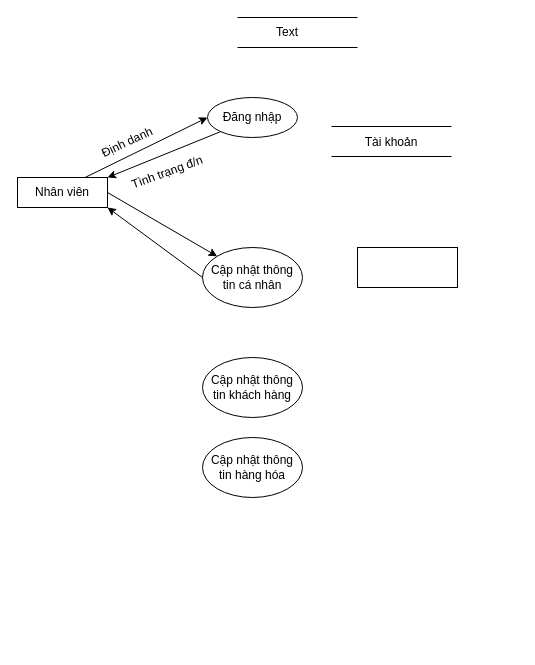
duy1009/abc keeps this draw.io diagram as SodoluongDL.drawio. Above is the earlier version. Source tidied: cells renumbered, new cells numbered last; positions are measured from the earlier drawing's top-left corner, leaving out a move shared by most shapes. Both pictures are drawn from the tidied source at 100%, with x=0, y=0 at pixel (17, 17).
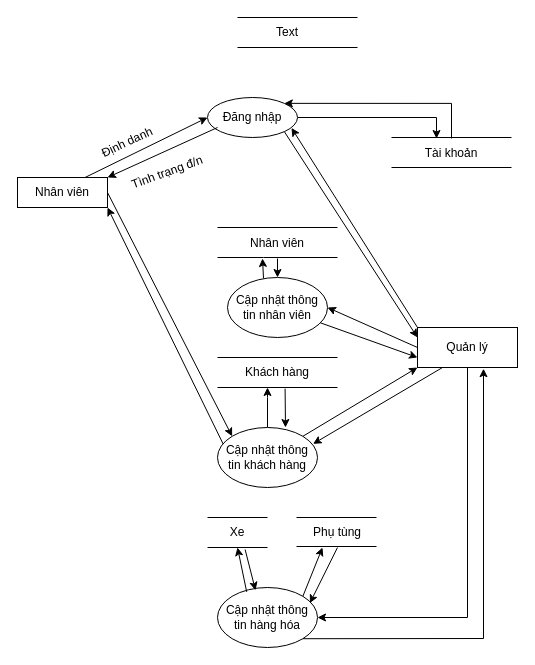
After the change.

Unchanged cells that the change refers to:
```xml
<mxCell id="2" value="Nhân viên" style="rounded=0;whiteSpace=wrap;html=1;" parent="1" vertex="1">
  <mxGeometry y="160" width="90" height="30" as="geometry" />
</mxCell>
<mxCell id="4" value="Đăng nhập" style="ellipse;whiteSpace=wrap;html=1;" parent="1" vertex="1">
  <mxGeometry x="190" y="80" width="90" height="40" as="geometry" />
</mxCell>
```

What changed in the source:
```diff
@@
+    <mxCell id="20" style="edgeStyle=orthogonalEdgeStyle;rounded=0;jettySize=auto;html=1;entryX=1;entryY=0.5;entryDx=0;entryDy=0;" parent="1" edge="1" source="3" target="19">
+      <mxGeometry relative="1" as="geometry">
+        <Array as="points">
+          <mxPoint x="450" y="600" />
+        </Array>
+      </mxGeometry>
+    </mxCell>
-    <mxCell id="3" style="rounded=0;whiteSpace=wrap;html=1;" parent="1" vertex="1">
-      <mxGeometry x="340" y="230" width="100" height="40" as="geometry" />
+    <mxCell id="3" value="Quản lý" style="rounded=0;whiteSpace=wrap;html=1;" parent="1" vertex="1">
+      <mxGeometry x="400" y="310" width="100" height="40" as="geometry" />
     </mxCell>
+    <mxCell id="21" style="edgeStyle=orthogonalEdgeStyle;rounded=0;jettySize=auto;html=1;entryX=0.25;entryY=0;entryDx=0;entryDy=0;" parent="1" edge="1" source="4" target="14">
+      <mxGeometry relative="1" as="geometry" />
+    </mxCell>
@@
-    <mxCell id="6" style="endArrow=classic;html=1;rounded=0;entryX=1;entryY=0;entryDx=0;entryDy=0;exitX=0;exitY=1;exitDx=0;exitDy=0;" parent="1" edge="1" source="4" target="2">
-      <mxGeometry relative="1" as="geometry" />
+    <mxCell id="6" style="endArrow=classic;html=1;rounded=0;entryX=1;entryY=0;entryDx=0;entryDy=0;" parent="1" edge="1" target="2">
+      <mxGeometry relative="1" as="geometry">
+        <mxPoint x="200" y="110" as="sourcePoint" />
+      </mxGeometry>
     </mxCell>
@@
     <mxCell id="12" style="endArrow=none;html=1;rounded=0;" parent="1" edge="1">
       <mxGeometry relative="1" as="geometry">
-        <mxPoint x="314" y="109" as="sourcePoint" />
-        <mxPoint x="434" y="109" as="targetPoint" />
+        <mxPoint x="374" y="120" as="sourcePoint" />
+        <mxPoint x="494" y="120" as="targetPoint" />
       </mxGeometry>
     </mxCell>
     <mxCell id="13" style="endArrow=none;html=1;rounded=0;" parent="1" edge="1">
       <mxGeometry relative="1" as="geometry">
-        <mxPoint x="314" y="139" as="sourcePoint" />
-        <mxPoint x="434" y="139" as="targetPoint" />
+        <mxPoint x="374" y="150" as="sourcePoint" />
+        <mxPoint x="494" y="150" as="targetPoint" />
       </mxGeometry>
     </mxCell>
+    <mxCell id="22" style="edgeStyle=orthogonalEdgeStyle;rounded=0;jettySize=auto;html=1;entryX=1;entryY=0;entryDx=0;entryDy=0;" parent="1" edge="1" source="14" target="4">
+      <mxGeometry relative="1" as="geometry">
+        <Array as="points">
+          <mxPoint x="434" y="86" />
+        </Array>
+      </mxGeometry>
+    </mxCell>
     <mxCell id="14" value="Tài khoản" style="text;html=1;strokeColor=none;fillColor=none;align=center;verticalAlign=middle;whiteSpace=wrap;rounded=0;" parent="1" vertex="1">
-      <mxGeometry x="344" y="110" width="60" height="30" as="geometry" />
+      <mxGeometry x="404" y="121" width="60" height="30" as="geometry" />
     </mxCell>
-    <mxCell id="15" value="Cập nhật thông tin cá nhân" style="ellipse;whiteSpace=wrap;html=1;" parent="1" vertex="1">
-      <mxGeometry x="185" y="230" width="100" height="60" as="geometry" />
-    </mxCell>
-    <mxCell id="16" style="endArrow=classic;html=1;rounded=0;entryX=0;entryY=0;entryDx=0;entryDy=0;exitX=1;exitY=0.5;exitDx=0;exitDy=0;" parent="1" edge="1" source="2" target="15">
+    <mxCell id="16" style="endArrow=classic;html=1;rounded=0;entryX=0;entryY=0;entryDx=0;entryDy=0;exitX=1;exitY=0.5;exitDx=0;exitDy=0;" parent="1" edge="1" source="2" target="18">
       <mxGeometry relative="1" as="geometry" />
     </mxCell>
-    <mxCell id="17" style="endArrow=classic;html=1;rounded=0;entryX=1;entryY=1;entryDx=0;entryDy=0;exitX=0;exitY=0.5;exitDx=0;exitDy=0;" parent="1" edge="1" source="15" target="2">
+    <mxCell id="17" style="endArrow=classic;html=1;rounded=0;entryX=1;entryY=1;entryDx=0;entryDy=0;exitX=0.064;exitY=0.3;exitDx=0;exitDy=0;exitPerimeter=0;" parent="1" edge="1" source="18" target="2">
       <mxGeometry relative="1" as="geometry" />
     </mxCell>
+    <mxCell id="23" style="edgeStyle=orthogonalEdgeStyle;rounded=0;jettySize=auto;html=1;" parent="1" edge="1" source="18" target="36">
+      <mxGeometry relative="1" as="geometry">
+        <Array as="points">
+          <mxPoint x="250" y="380" />
+          <mxPoint x="250" y="380" />
+        </Array>
+      </mxGeometry>
+    </mxCell>
     <mxCell id="18" value="Cập nhật thông tin khách hàng" style="ellipse;whiteSpace=wrap;html=1;" parent="1" vertex="1">
-      <mxGeometry x="185" y="340" width="100" height="60" as="geometry" />
+      <mxGeometry x="200" y="410" width="100" height="60" as="geometry" />
     </mxCell>
     <mxCell id="19" value="Cập nhật thông tin hàng hóa" style="ellipse;whiteSpace=wrap;html=1;" parent="1" vertex="1">
-      <mxGeometry x="185" y="420" width="100" height="60" as="geometry" />
+      <mxGeometry x="200" y="570" width="100" height="60" as="geometry" />
     </mxCell>
+    <mxCell id="24" style="endArrow=none;html=1;rounded=0;" parent="1" edge="1">
+      <mxGeometry relative="1" as="geometry">
+        <mxPoint x="200" y="210" as="sourcePoint" />
+        <mxPoint x="320" y="210" as="targetPoint" />
+      </mxGeometry>
+    </mxCell>
+    <mxCell id="25" style="endArrow=none;html=1;rounded=0;" parent="1" edge="1">
+      <mxGeometry relative="1" as="geometry">
+        <mxPoint x="200" y="240" as="sourcePoint" />
+        <mxPoint x="320" y="240" as="targetPoint" />
+        <Array as="points">
+          <mxPoint x="246" y="240" />
+        </Array>
+      </mxGeometry>
+    </mxCell>
+    <mxCell id="26" style="edgeStyle=orthogonalEdgeStyle;rounded=0;jettySize=auto;html=1;exitX=0.5;exitY=1;exitDx=0;exitDy=0;entryX=0.5;entryY=0;entryDx=0;entryDy=0;" parent="1" edge="1" source="27" target="30">
+      <mxGeometry relative="1" as="geometry" />
+    </mxCell>
+    <mxCell id="27" value="Nhân viên" style="text;html=1;strokeColor=none;fillColor=none;align=center;verticalAlign=middle;whiteSpace=wrap;rounded=0;" parent="1" vertex="1">
+      <mxGeometry x="230" y="211" width="60" height="30" as="geometry" />
+    </mxCell>
+    <mxCell id="28" style="endArrow=classic;html=1;rounded=0;entryX=0.933;entryY=0.76;entryDx=0;entryDy=0;entryPerimeter=0;exitX=0;exitY=0;exitDx=0;exitDy=0;" parent="1" edge="1" source="3" target="4">
+      <mxGeometry relative="1" as="geometry" />
+    </mxCell>
+    <mxCell id="29" style="endArrow=classic;html=1;rounded=0;entryX=0;entryY=0.25;entryDx=0;entryDy=0;exitX=1;exitY=1;exitDx=0;exitDy=0;" parent="1" edge="1" source="4" target="3">
+      <mxGeometry relative="1" as="geometry" />
+    </mxCell>
+    <mxCell id="30" value="Cập nhật thông tin nhân viên" style="ellipse;whiteSpace=wrap;html=1;" parent="1" vertex="1">
+      <mxGeometry x="210" y="260" width="100" height="60" as="geometry" />
+    </mxCell>
+    <mxCell id="31" style="endArrow=classic;html=1;rounded=0;entryX=0.25;entryY=1;entryDx=0;entryDy=0;exitX=0.36;exitY=0.013;exitDx=0;exitDy=0;exitPerimeter=0;" parent="1" edge="1" source="30" target="27">
+      <mxGeometry relative="1" as="geometry" />
+    </mxCell>
+    <mxCell id="32" style="endArrow=classic;html=1;rounded=0;entryX=1;entryY=0.5;entryDx=0;entryDy=0;exitX=0;exitY=0.5;exitDx=0;exitDy=0;" parent="1" edge="1" source="3" target="30">
+      <mxGeometry relative="1" as="geometry" />
+    </mxCell>
+    <mxCell id="33" style="endArrow=classic;html=1;rounded=0;entryX=0;entryY=0.75;entryDx=0;entryDy=0;" parent="1" edge="1" source="30" target="3">
+      <mxGeometry relative="1" as="geometry" />
+    </mxCell>
+    <mxCell id="34" style="endArrow=none;html=1;rounded=0;" parent="1" edge="1">
+      <mxGeometry relative="1" as="geometry">
+        <mxPoint x="200" y="340" as="sourcePoint" />
+        <mxPoint x="320" y="340" as="targetPoint" />
+      </mxGeometry>
+    </mxCell>
+    <mxCell id="35" style="endArrow=none;html=1;rounded=0;" parent="1" edge="1">
+      <mxGeometry relative="1" as="geometry">
+        <mxPoint x="200" y="370" as="sourcePoint" />
+        <mxPoint x="320" y="370" as="targetPoint" />
+      </mxGeometry>
+    </mxCell>
+    <mxCell id="36" value="Khách hàng" style="text;html=1;strokeColor=none;fillColor=none;align=center;verticalAlign=middle;whiteSpace=wrap;rounded=0;" parent="1" vertex="1">
+      <mxGeometry x="220" y="340" width="80" height="30" as="geometry" />
+    </mxCell>
+    <mxCell id="37" style="endArrow=classic;html=1;rounded=0;exitX=0.595;exitY=1.04;exitDx=0;exitDy=0;exitPerimeter=0;" parent="1" edge="1" source="36">
+      <mxGeometry relative="1" as="geometry">
+        <mxPoint x="268" y="410" as="targetPoint" />
+      </mxGeometry>
+    </mxCell>
+    <mxCell id="38" style="endArrow=classic;html=1;rounded=0;entryX=0.66;entryY=1.03;entryDx=0;entryDy=0;entryPerimeter=0;exitX=1;exitY=1;exitDx=0;exitDy=0;" parent="1" edge="1" source="19" target="3">
+      <mxGeometry relative="1" as="geometry">
+        <Array as="points">
+          <mxPoint x="466" y="621" />
+        </Array>
+      </mxGeometry>
+    </mxCell>
+    <mxCell id="39" style="endArrow=classic;html=1;rounded=0;entryX=0;entryY=1;entryDx=0;entryDy=0;exitX=1;exitY=0;exitDx=0;exitDy=0;" parent="1" edge="1" source="18" target="3">
+      <mxGeometry relative="1" as="geometry" />
+    </mxCell>
+    <mxCell id="40" style="endArrow=classic;html=1;rounded=0;entryX=0.956;entryY=0.273;entryDx=0;entryDy=0;entryPerimeter=0;exitX=0.25;exitY=1;exitDx=0;exitDy=0;" parent="1" edge="1" source="3" target="18">
+      <mxGeometry relative="1" as="geometry" />
+    </mxCell>
+    <mxCell id="41" style="endArrow=none;html=1;rounded=0;entryX=1;entryY=0;entryDx=0;entryDy=0;" parent="1" edge="1" target="43">
+      <mxGeometry relative="1" as="geometry">
+        <mxPoint x="190" y="500" as="sourcePoint" />
+      </mxGeometry>
+    </mxCell>
+    <mxCell id="42" style="endArrow=none;html=1;rounded=0;entryX=1;entryY=1;entryDx=0;entryDy=0;" parent="1" edge="1" target="43">
+      <mxGeometry relative="1" as="geometry">
+        <mxPoint x="190" y="530" as="sourcePoint" />
+      </mxGeometry>
+    </mxCell>
+    <mxCell id="43" value="Xe" style="text;html=1;strokeColor=none;fillColor=none;align=center;verticalAlign=middle;whiteSpace=wrap;rounded=0;" parent="1" vertex="1">
+      <mxGeometry x="190" y="500" width="60" height="30" as="geometry" />
+    </mxCell>
+    <mxCell id="44" style="endArrow=classic;html=1;rounded=0;entryX=0.5;entryY=1;entryDx=0;entryDy=0;exitX=0.292;exitY=0.073;exitDx=0;exitDy=0;exitPerimeter=0;" parent="1" edge="1" source="19" target="43">
+      <mxGeometry relative="1" as="geometry" />
+    </mxCell>
+    <mxCell id="45" style="endArrow=classic;html=1;rounded=0;entryX=0.38;entryY=0.047;entryDx=0;entryDy=0;entryPerimeter=0;exitX=0.627;exitY=1.067;exitDx=0;exitDy=0;exitPerimeter=0;" parent="1" edge="1" source="43" target="19">
+      <mxGeometry relative="1" as="geometry" />
+    </mxCell>
+    <mxCell id="46" style="endArrow=none;html=1;rounded=0;entryX=1;entryY=0;entryDx=0;entryDy=0;" parent="1" edge="1">
+      <mxGeometry relative="1" as="geometry">
+        <mxPoint x="279" y="500" as="sourcePoint" />
+        <mxPoint x="359" y="500" as="targetPoint" />
+      </mxGeometry>
+    </mxCell>
+    <mxCell id="47" value="Phụ tùng" style="text;html=1;strokeColor=none;fillColor=none;align=center;verticalAlign=middle;whiteSpace=wrap;rounded=0;" parent="1" vertex="1">
+      <mxGeometry x="290" y="500" width="60" height="30" as="geometry" />
+    </mxCell>
+    <mxCell id="48" style="endArrow=none;html=1;rounded=0;entryX=1;entryY=0;entryDx=0;entryDy=0;" parent="1" edge="1">
+      <mxGeometry relative="1" as="geometry">
+        <mxPoint x="279" y="529" as="sourcePoint" />
+        <mxPoint x="359" y="529" as="targetPoint" />
+      </mxGeometry>
+    </mxCell>
+    <mxCell id="49" style="endArrow=classic;html=1;rounded=0;entryX=0.25;entryY=1;entryDx=0;entryDy=0;exitX=1;exitY=0;exitDx=0;exitDy=0;" parent="1" edge="1" source="19" target="47">
+      <mxGeometry relative="1" as="geometry" />
+    </mxCell>
+    <mxCell id="50" style="endArrow=classic;html=1;rounded=0;entryX=0.924;entryY=0.26;entryDx=0;entryDy=0;entryPerimeter=0;exitX=0.5;exitY=1;exitDx=0;exitDy=0;" parent="1" edge="1" source="47" target="19">
+      <mxGeometry relative="1" as="geometry" />
+    </mxCell>
```
